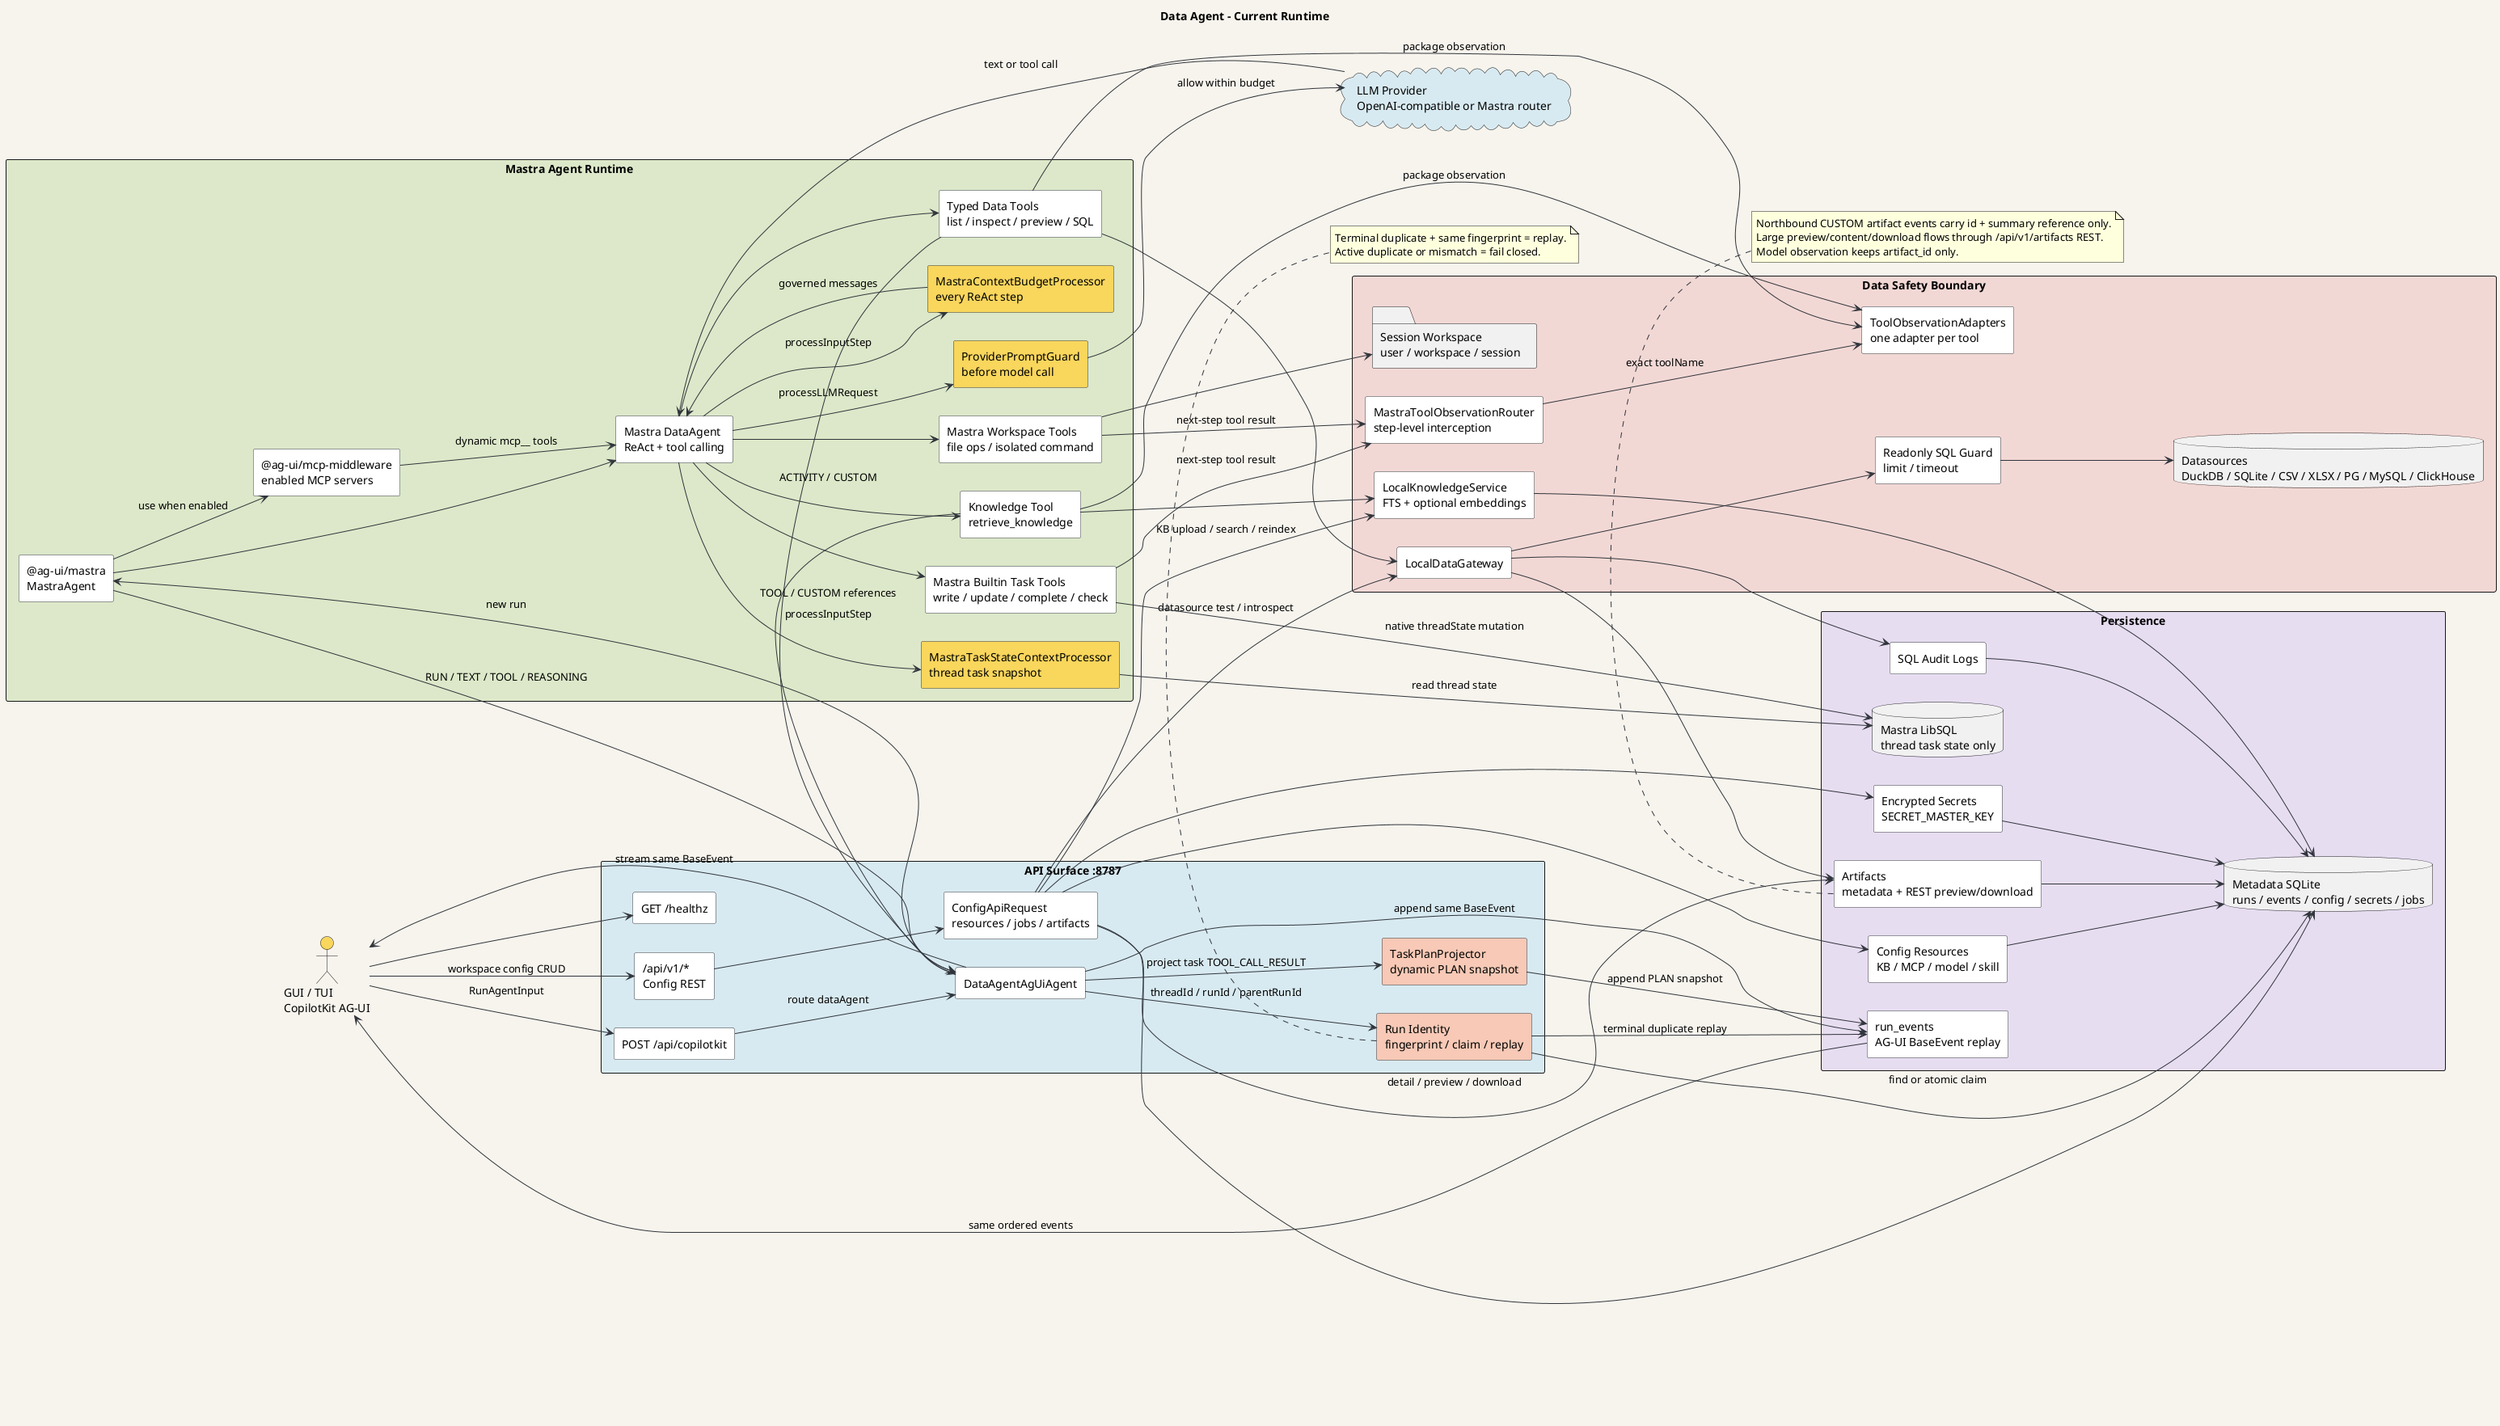
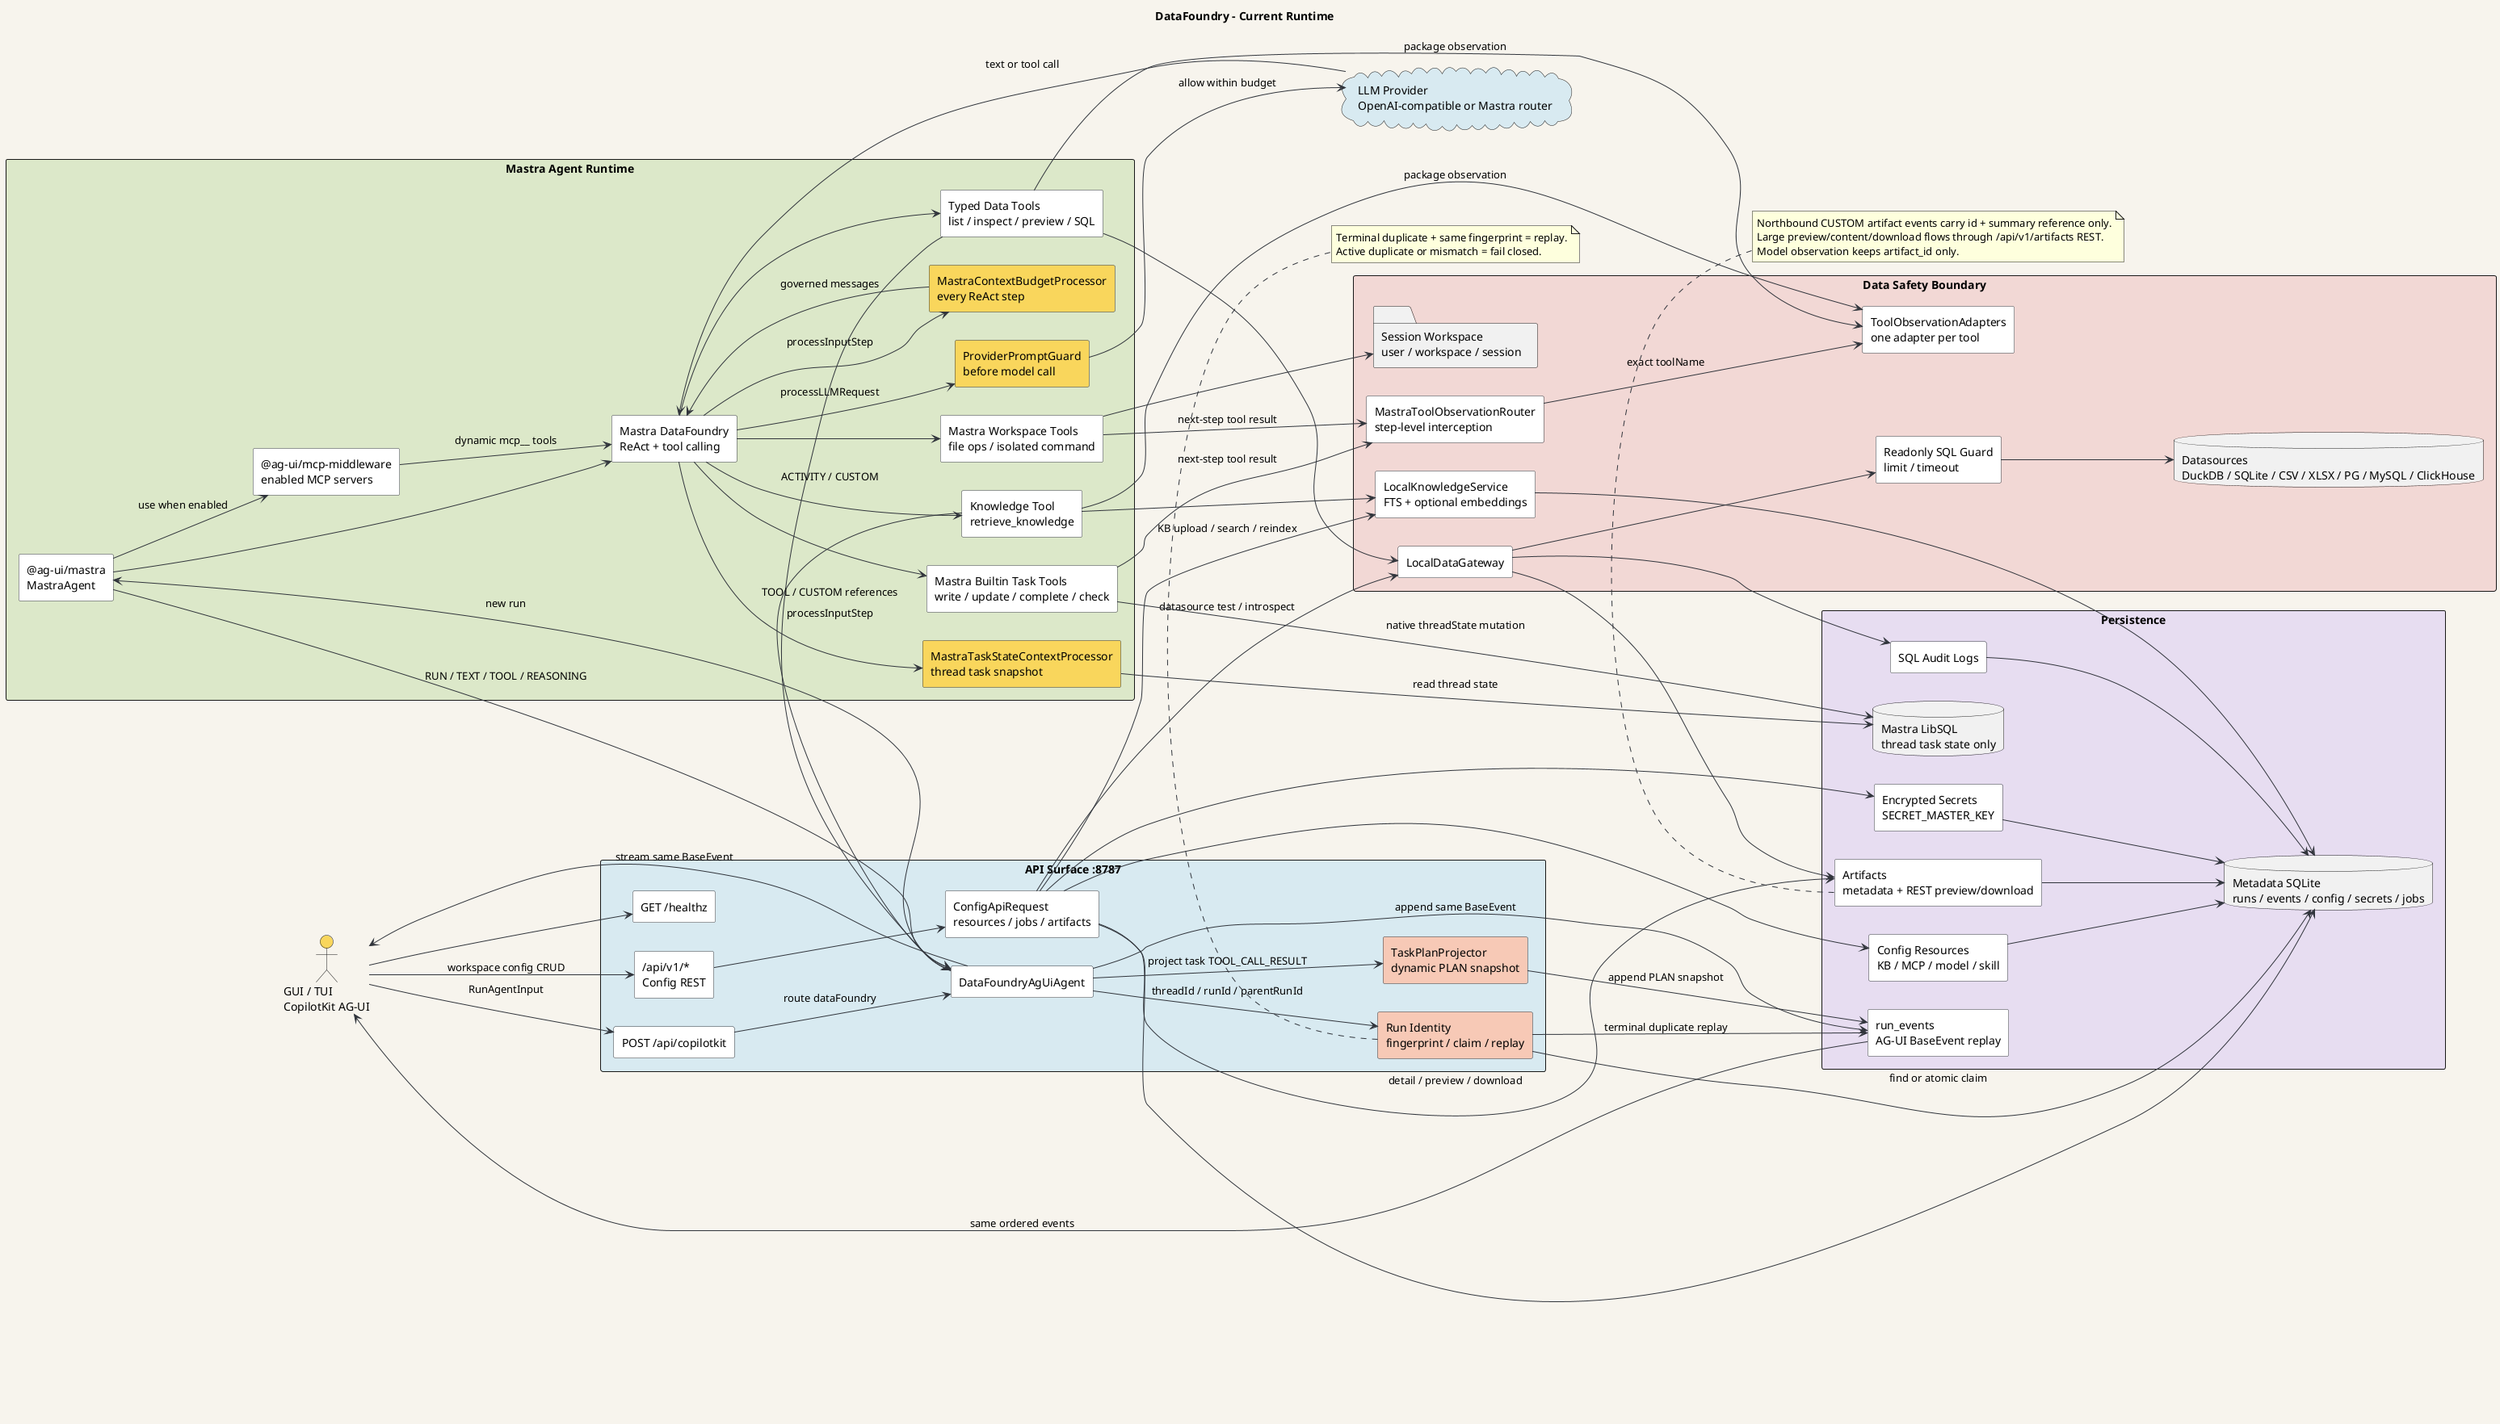
@startuml
- title Data Agent - Current Runtime
+ title DataFoundry - Current Runtime

left to right direction
skinparam componentStyle rectangle
skinparam packageStyle rectangle
skinparam shadowing false
skinparam backgroundColor #F7F4ED
skinparam defaultFontName Arial
skinparam ArrowColor #30343B
skinparam component {
  BackgroundColor #FFFFFF
  BorderColor #30343B
}

actor "GUI / TUI\nCopilotKit AG-UI" as Client #F9D65C

package "API Surface :8787" #D8EAF1 {
  component "GET /healthz" as Health #FFFFFF
  component "/api/v1/*\nConfig REST" as ConfigRest #FFFFFF
  component "ConfigApiRequest\nresources / jobs / artifacts" as ConfigApi #FFFFFF
  component "POST /api/copilotkit" as Endpoint #FFFFFF
-   component "DataAgentAgUiAgent" as Bridge #FFFFFF
+   component "DataFoundryAgUiAgent" as Bridge #FFFFFF
  component "Run Identity\nfingerprint / claim / replay" as Identity #F7C9B6
  component "TaskPlanProjector\ndynamic PLAN snapshot" as Plan #F7C9B6
}

package "Mastra Agent Runtime" #DCE8C9 {
  component "@ag-ui/mastra\nMastraAgent" as AgUiMastra
-   component "Mastra DataAgent\nReAct + tool calling" as Agent
+   component "Mastra DataFoundry\nReAct + tool calling" as Agent
  component "@ag-ui/mcp-middleware\nenabled MCP servers" as McpMiddleware
  component "MastraContextBudgetProcessor\nevery ReAct step" as ContextProcessor #F9D65C
  component "MastraTaskStateContextProcessor\nthread task snapshot" as TaskProcessor #F9D65C
  component "ProviderPromptGuard\nbefore model call" as PromptGuard #F9D65C
  component "Typed Data Tools\nlist / inspect / preview / SQL" as Tools
  component "Knowledge Tool\nretrieve_knowledge" as KnowledgeTool
  component "Mastra Builtin Task Tools\nwrite / update / complete / check" as TaskTools
  component "Mastra Workspace Tools\nfile ops / isolated command" as WorkspaceTools
}

package "Data Safety Boundary" #F2D8D5 {
  component "MastraToolObservationRouter\nstep-level interception" as ObservationRouter
  component "ToolObservationAdapters\none adapter per tool" as ToolObservationAdapters
  component "LocalDataGateway" as Gateway
  component "LocalKnowledgeService\nFTS + optional embeddings" as Knowledge
  component "Readonly SQL Guard\nlimit / timeout" as SqlGuard
  folder "Session Workspace\nuser / workspace / session" as RunWorkspace
  database "Datasources\nDuckDB / SQLite / CSV / XLSX / PG / MySQL / ClickHouse" as Sources
}

package "Persistence" #E7DDF1 {
  database "Metadata SQLite\nruns / events / config / secrets / jobs" as Metadata
  database "Mastra LibSQL\nthread task state only" as TaskState
  component "run_events\nAG-UI BaseEvent replay" as Events
  component "SQL Audit Logs" as Audit
  component "Artifacts\nmetadata + REST preview/download" as Artifacts
  component "Config Resources\nKB / MCP / model / skill" as ConfigResources
  component "Encrypted Secrets\nSECRET_MASTER_KEY" as Secrets
}

cloud "LLM Provider\nOpenAI-compatible or Mastra router" as Model #D8EAF1

Client --> Endpoint : RunAgentInput
Client --> ConfigRest : workspace config CRUD
Client --> Health
ConfigRest --> ConfigApi
ConfigApi --> Metadata
ConfigApi --> ConfigResources
ConfigApi --> Secrets
ConfigApi --> Gateway : datasource test / introspect
ConfigApi --> Knowledge : KB upload / search / reindex
ConfigApi --> Artifacts : detail / preview / download
- Endpoint --> Bridge : route dataAgent
+ Endpoint --> Bridge : route dataFoundry
Bridge --> Identity : threadId / runId / parentRunId
Identity --> Metadata : find or atomic claim
Identity --> Events : terminal duplicate replay
Events --> Client : same ordered events

Bridge --> AgUiMastra : new run
AgUiMastra --> Agent
AgUiMastra --> McpMiddleware : use when enabled
McpMiddleware --> Agent : dynamic mcp__ tools
Agent --> ContextProcessor : processInputStep
Agent --> TaskProcessor : processInputStep
TaskProcessor --> TaskState : read thread state
ContextProcessor --> Agent : governed messages
Agent --> PromptGuard : processLLMRequest
PromptGuard --> Model : allow within budget
Model --> Agent : text or tool call

Agent --> Tools
Agent --> KnowledgeTool
Agent --> TaskTools
Agent --> WorkspaceTools
KnowledgeTool --> Knowledge
Knowledge --> Metadata
KnowledgeTool --> ToolObservationAdapters : package observation
Tools --> ToolObservationAdapters : package observation
TaskTools --> TaskState : native threadState mutation
TaskTools --> ObservationRouter : next-step tool result
WorkspaceTools --> ObservationRouter : next-step tool result
ObservationRouter --> ToolObservationAdapters : exact toolName
WorkspaceTools --> RunWorkspace
Tools --> Gateway
Gateway --> SqlGuard
SqlGuard --> Sources
Gateway --> Audit
Gateway --> Artifacts
Audit --> Metadata
Artifacts --> Metadata
ConfigResources --> Metadata
Secrets --> Metadata

Tools --> Bridge : ACTIVITY / CUSTOM
KnowledgeTool --> Bridge : TOOL / CUSTOM references
AgUiMastra --> Bridge : RUN / TEXT / TOOL / REASONING
Bridge --> Plan : project task TOOL_CALL_RESULT
Plan --> Events : append PLAN snapshot
Bridge --> Events : append same BaseEvent
Bridge --> Client : stream same BaseEvent

note bottom of Identity
Terminal duplicate + same fingerprint = replay.
Active duplicate or mismatch = fail closed.
end note

note bottom of Artifacts
Northbound CUSTOM artifact events carry id + summary reference only.
Large preview/content/download flows through /api/v1/artifacts REST.
Model observation keeps artifact_id only.
end note

@enduml
